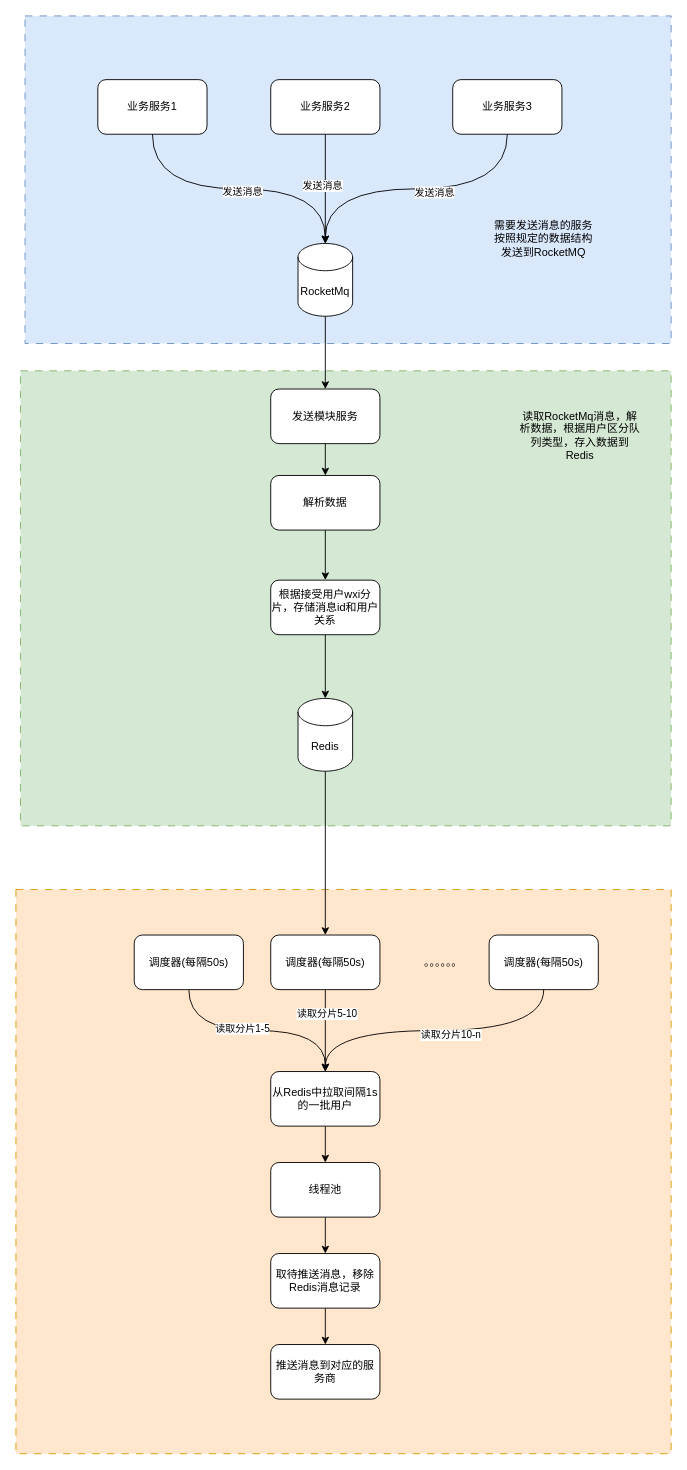
This is miyuan/发送模块架构.drawio from smallleaf/draw.io, a draw.io file, before an edit. Source tidied: cells renumbered, new cells numbered last; positions are measured from the earlier drawing's top-left corner, leaving out a move shared by most shapes. Both pictures are drawn from the tidied source at 91%, with x=0, y=0 at pixel (15, 15).
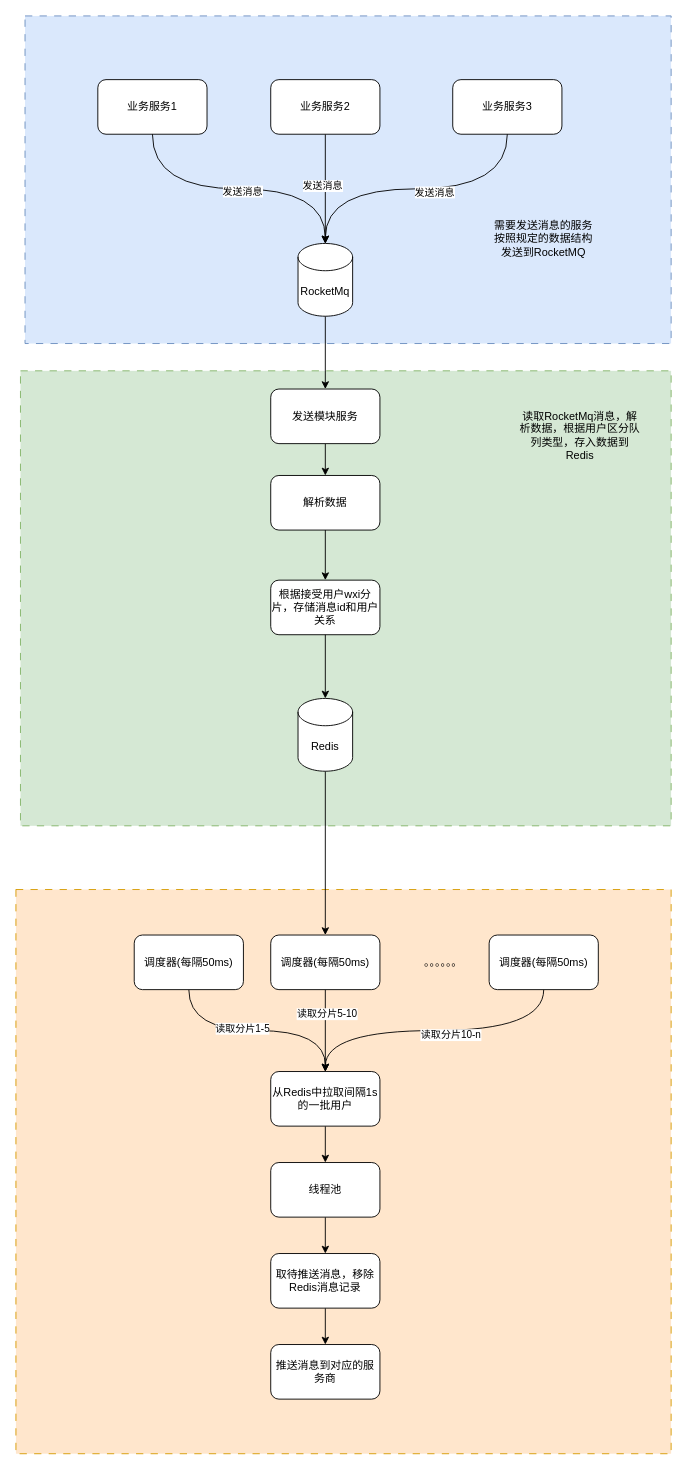
The same page after the edit.

Commit message:
更新发送模块架构.drawio

The edit, as a diff of the source:
```diff
@@
-    <mxCell id="26" value="调度器(每隔50s)" style="rounded=1;whiteSpace=wrap;html=1;" parent="1" vertex="1">
+    <mxCell id="26" value="调度器(每隔50ms)" style="rounded=1;whiteSpace=wrap;html=1;" parent="1" vertex="1">
       <mxGeometry x="280" y="1010" width="120" height="60" as="geometry" />
     </mxCell>
@@
-    <mxCell id="31" value="调度器(每隔50s)" style="rounded=1;whiteSpace=wrap;html=1;" parent="1" vertex="1">
+    <mxCell id="31" value="调度器(每隔50ms)" style="rounded=1;whiteSpace=wrap;html=1;" parent="1" vertex="1">
       <mxGeometry x="130" y="1010" width="120" height="60" as="geometry" />
     </mxCell>
@@
-    <mxCell id="34" value="调度器(每隔50s)" style="rounded=1;whiteSpace=wrap;html=1;" parent="1" vertex="1">
+    <mxCell id="34" value="调度器(每隔50ms)" style="rounded=1;whiteSpace=wrap;html=1;" parent="1" vertex="1">
       <mxGeometry x="520" y="1010" width="120" height="60" as="geometry" />
     </mxCell>
```
